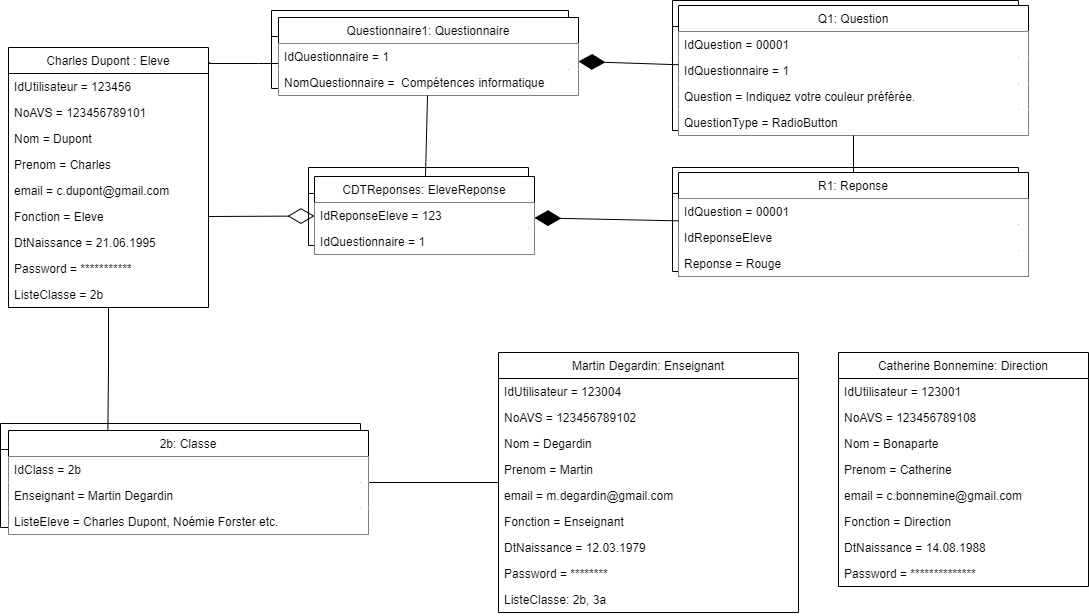
This is Diagrammes/ObjectDiagramEleve.drawio.png from Devetik/Diagrammes, a draw.io export, as it was before one commit. Source tidied: cells renumbered, new cells last; positions are measured from the earlier drawing's top-left corner, leaving out a move shared by most shapes.
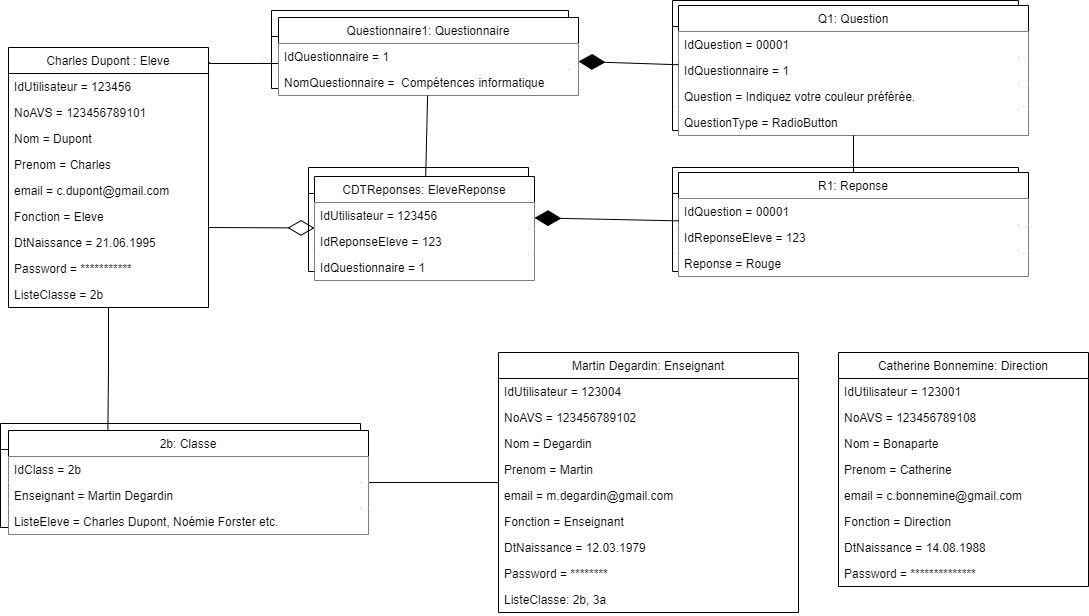
After the commit.

What changed in the source:
```diff
@@ -39,7 +39,7 @@
       <mxGeometry y="104" width="346" height="26" as="geometry" />
     </mxCell>
     <mxCell id="14" style="swimlane;fontStyle=0;horizontal=1;startSize=26;fillColor=none;" parent="1" vertex="1">
-      <mxGeometry x="308" y="167" width="220" height="78" as="geometry" />
+      <mxGeometry x="308" y="167" width="220" height="104" as="geometry" />
     </mxCell>
     <mxCell id="15" value=" " style="text;strokeColor=none;fillColor=none;align=left;verticalAlign=top;spacingLeft=4;spacingRight=4;overflow=hidden;" parent="14" vertex="1">
       <mxGeometry y="26" width="220" height="26" as="geometry" />
@@ -47,6 +47,9 @@
     <mxCell id="16" style="text;strokeColor=none;fillColor=none;align=left;verticalAlign=top;spacingLeft=4;spacingRight=4;overflow=hidden;" parent="14" vertex="1">
       <mxGeometry y="52" width="220" height="26" as="geometry" />
     </mxCell>
+    <mxCell id="77" style="text;strokeColor=none;fillColor=none;align=left;verticalAlign=top;spacingLeft=4;spacingRight=4;overflow=hidden;" parent="14" vertex="1">
+      <mxGeometry y="78" width="220" height="26" as="geometry" />
+    </mxCell>
     <mxCell id="17" style="edgeStyle=orthogonalEdgeStyle;rounded=0;jettySize=auto;html=1;entryX=0.276;entryY=0.003;entryDx=0;entryDy=0;entryPerimeter=0;endArrow=none;endFill=0;" parent="1" edge="1" source="19" target="38">
       <mxGeometry relative="1" as="geometry" />
     </mxCell>
@@ -188,18 +191,21 @@
       <mxGeometry relative="1" as="geometry" />
     </mxCell>
     <mxCell id="62" value="CDTReponses: EleveReponse" style="swimlane;fontStyle=0;horizontal=1;startSize=26;fillColor=default;gradientColor=none;" parent="1" vertex="1">
-      <mxGeometry x="314" y="176" width="220" height="78" as="geometry" />
+      <mxGeometry x="314" y="176" width="220" height="104" as="geometry" />
     </mxCell>
+    <mxCell id="78" value="IdUtilisateur = 123456" style="text;strokeColor=none;fillColor=default;align=left;verticalAlign=top;spacingLeft=4;spacingRight=4;overflow=hidden;" parent="62" vertex="1">
+      <mxGeometry y="26" width="220" height="26" as="geometry" />
+    </mxCell>
     <mxCell id="63" value="IdReponseEleve = 123" style="text;strokeColor=none;fillColor=default;align=left;verticalAlign=top;spacingLeft=4;spacingRight=4;overflow=hidden;" parent="62" vertex="1">
-      <mxGeometry y="26" width="220" height="26" as="geometry" />
+      <mxGeometry y="52" width="220" height="26" as="geometry" />
     </mxCell>
     <mxCell id="64" value="IdQuestionnaire = 1" style="text;strokeColor=none;fillColor=default;align=left;verticalAlign=top;spacingLeft=4;spacingRight=4;overflow=hidden;" parent="62" vertex="1">
-      <mxGeometry y="52" width="220" height="26" as="geometry" />
+      <mxGeometry y="78" width="220" height="26" as="geometry" />
     </mxCell>
     <mxCell id="65" style="endArrow=diamondThin;endFill=1;endSize=24;html=1;rounded=0;" parent="1" edge="1" source="29" target="34">
       <mxGeometry relative="1" as="geometry" />
     </mxCell>
-    <mxCell id="66" style="endArrow=diamondThin;endFill=0;endSize=24;html=1;rounded=0;exitX=1;exitY=0.5;exitDx=0;exitDy=0;" parent="1" edge="1" source="25" target="62">
+    <mxCell id="66" style="endArrow=diamondThin;endFill=0;endSize=24;html=1;rounded=0;exitX=0.997;exitY=0.923;exitDx=0;exitDy=0;exitPerimeter=0;" parent="1" edge="1" source="25" target="62">
       <mxGeometry relative="1" as="geometry" />
     </mxCell>
     <mxCell id="67" style="swimlane;fontStyle=0;horizontal=1;startSize=26;fillColor=none;" parent="1" vertex="1">
@@ -223,7 +229,7 @@
     <mxCell id="73" value="IdQuestion = 00001" style="text;strokeColor=none;fillColor=default;align=left;verticalAlign=top;spacingLeft=4;spacingRight=4;overflow=hidden;" parent="72" vertex="1">
       <mxGeometry y="26" width="350" height="26" as="geometry" />
     </mxCell>
-    <mxCell id="74" value="IdReponseEleve" style="text;strokeColor=none;fillColor=default;align=left;verticalAlign=top;spacingLeft=4;spacingRight=4;overflow=hidden;" parent="72" vertex="1">
+    <mxCell id="74" value="IdReponseEleve = 123" style="text;strokeColor=none;fillColor=default;align=left;verticalAlign=top;spacingLeft=4;spacingRight=4;overflow=hidden;" parent="72" vertex="1">
       <mxGeometry y="52" width="350" height="26" as="geometry" />
     </mxCell>
     <mxCell id="75" value="Reponse = Rouge" style="text;strokeColor=none;fillColor=default;align=left;verticalAlign=top;spacingLeft=4;spacingRight=4;overflow=hidden;" parent="72" vertex="1">
```
